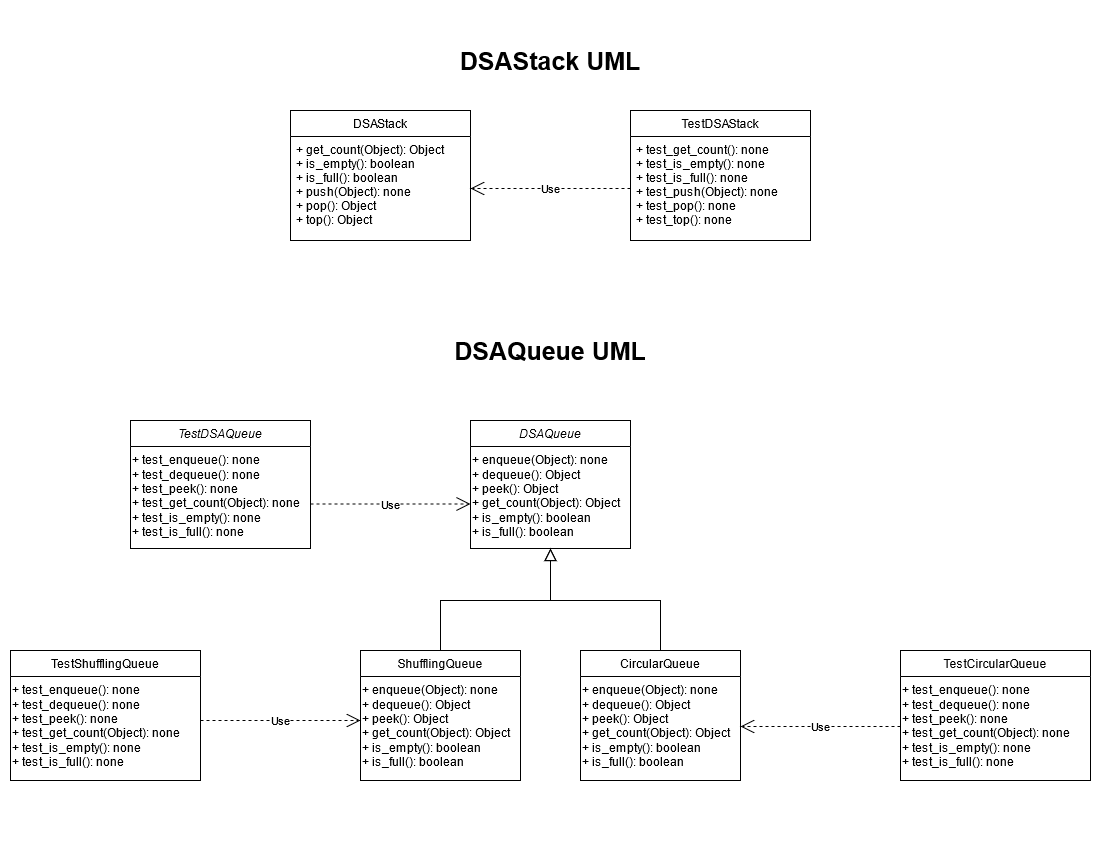
kaiyiyu/DSA1002 keeps this draw.io diagram as Practicals/P03/UML.png. Above is the earlier version. Source tidied: cells renumbered, new cells last; positions are measured from the earlier drawing's top-left corner, leaving out a move shared by most shapes. Source of this version:
```xml
<mxGraphModel>
  <root>
    <mxCell id="0" />
    <mxCell id="1" parent="0" />
    <mxCell id="2" value="DSAStack" style="swimlane;fontStyle=0;horizontal=1;startSize=26;fillColor=none;" parent="1" vertex="1">
      <mxGeometry x="280" y="60" width="180" height="130" as="geometry" />
    </mxCell>
    <mxCell id="3" value="+ get_count(Object): Object&#10;+ is_empty(): boolean&#10;+ is_full(): boolean&#10;+ push(Object): none&#10;+ pop(): Object&#10;+ top(): Object&#10;&#10;" style="text;strokeColor=none;fillColor=none;align=left;verticalAlign=top;spacingLeft=4;spacingRight=4;overflow=hidden;points=[[0,0.5],[1,0.5]];portConstraint=eastwest;" parent="2" vertex="1">
      <mxGeometry y="26" width="180" height="104" as="geometry" />
    </mxCell>
    <mxCell id="4" value="Use" style="endArrow=open;endSize=12;dashed=1;html=1;entryX=1;entryY=0.5;entryDx=0;entryDy=0;" parent="1" edge="1" target="3">
      <mxGeometry relative="1" as="geometry">
        <mxPoint x="620" y="138" as="sourcePoint" />
        <Array as="points">
          <mxPoint x="555" y="138" />
        </Array>
      </mxGeometry>
    </mxCell>
    <mxCell id="5" value="TestDSAStack" style="swimlane;fontStyle=0;horizontal=1;startSize=26;fillColor=none;" parent="1" vertex="1">
      <mxGeometry x="620" y="60" width="180" height="130" as="geometry" />
    </mxCell>
    <mxCell id="6" value="+ test_get_count(): none&#10;+ test_is_empty(): none&#10;+ test_is_full(): none&#10;+ test_push(Object): none&#10;+ test_pop(): none&#10;+ test_top(): none" style="text;strokeColor=none;fillColor=none;align=left;verticalAlign=top;spacingLeft=4;spacingRight=4;overflow=hidden;" parent="5" vertex="1">
      <mxGeometry y="26" width="180" height="104" as="geometry" />
    </mxCell>
    <mxCell id="7" value="&lt;font style=&quot;font-size: 25px&quot;&gt;&lt;b&gt;DSAStack UML&lt;/b&gt;&lt;/font&gt;" style="text;html=1;strokeColor=none;fillColor=none;align=center;verticalAlign=middle;whiteSpace=wrap;rounded=0;" parent="1" vertex="1">
      <mxGeometry x="390" width="300" height="20" as="geometry" />
    </mxCell>
    <mxCell id="8" value="&lt;font style=&quot;font-size: 25px&quot;&gt;&lt;b&gt;DSAQueue UML&lt;/b&gt;&lt;/font&gt;" style="text;html=1;strokeColor=none;fillColor=none;align=center;verticalAlign=middle;whiteSpace=wrap;rounded=0;" parent="1" vertex="1">
      <mxGeometry x="390" y="290" width="300" height="20" as="geometry" />
    </mxCell>
    <mxCell id="9" value="DSAQueue" style="swimlane;fontStyle=2;align=center;verticalAlign=top;horizontal=1;startSize=26;rounded=0;shadow=0;strokeWidth=1;" parent="1" vertex="1">
      <mxGeometry x="460" y="370" width="160" height="128" as="geometry" />
    </mxCell>
    <mxCell id="10" value="+ enqueue(Object): none&lt;br&gt;+ dequeue(): Object&lt;br&gt;+ peek(): Object&lt;br&gt;+ get_count(Object): Object&lt;br&gt;+ is_empty(): boolean&lt;br&gt;+ is_full(): boolean" style="text;whiteSpace=wrap;html=1;" parent="9" vertex="1">
      <mxGeometry y="26" width="160" height="60" as="geometry" />
    </mxCell>
    <mxCell id="11" value="ShufflingQueue" style="swimlane;fontStyle=0;align=center;verticalAlign=top;horizontal=1;startSize=26;rounded=0;shadow=0;strokeWidth=1;" parent="1" vertex="1">
      <mxGeometry x="350" y="600" width="160" height="130" as="geometry" />
    </mxCell>
    <mxCell id="12" value="+ enqueue(Object): none&lt;br&gt;+ dequeue(): Object&lt;br&gt;+ peek(): Object&lt;br&gt;+ get_count(Object): Object&lt;br&gt;+ is_empty(): boolean&lt;br&gt;+ is_full(): boolean" style="text;whiteSpace=wrap;html=1;" parent="11" vertex="1">
      <mxGeometry y="26" width="160" height="100" as="geometry" />
    </mxCell>
    <mxCell id="13" style="endArrow=block;endSize=10;endFill=0;shadow=0;strokeWidth=1;rounded=0;edgeStyle=elbowEdgeStyle;elbow=vertical;" parent="1" edge="1" source="11" target="9">
      <mxGeometry relative="1" as="geometry" />
    </mxCell>
    <mxCell id="14" style="endArrow=block;endSize=10;endFill=0;shadow=0;strokeWidth=1;rounded=0;edgeStyle=elbowEdgeStyle;elbow=vertical;" parent="1" edge="1" target="9">
      <mxGeometry relative="1" as="geometry">
        <mxPoint x="650" y="600" as="sourcePoint" />
      </mxGeometry>
    </mxCell>
    <mxCell id="15" value="CircularQueue" style="swimlane;fontStyle=0;align=center;verticalAlign=top;horizontal=1;startSize=26;rounded=0;shadow=0;strokeWidth=1;" parent="1" vertex="1">
      <mxGeometry x="570" y="600" width="160" height="130" as="geometry" />
    </mxCell>
    <mxCell id="16" value="+ enqueue(Object): none&lt;br&gt;+ dequeue(): Object&lt;br&gt;+ peek(): Object&lt;br&gt;+ get_count(Object): Object&lt;br&gt;+ is_empty(): boolean&lt;br&gt;+ is_full(): boolean" style="text;whiteSpace=wrap;html=1;" parent="15" vertex="1">
      <mxGeometry y="26" width="160" height="100" as="geometry" />
    </mxCell>
    <mxCell id="17" value="Use" style="endArrow=open;endSize=12;dashed=1;html=1;" parent="1" edge="1">
      <mxGeometry relative="1" as="geometry">
        <mxPoint x="190" y="670" as="sourcePoint" />
        <mxPoint x="350" y="670" as="targetPoint" />
        <Array as="points">
          <mxPoint x="270" y="670" />
        </Array>
      </mxGeometry>
    </mxCell>
    <mxCell id="18" value="TestCircularQueue" style="swimlane;fontStyle=0;align=center;verticalAlign=top;horizontal=1;startSize=26;rounded=0;shadow=0;strokeWidth=1;" parent="1" vertex="1">
      <mxGeometry x="890" y="600" width="190" height="130" as="geometry" />
    </mxCell>
    <mxCell id="19" value="+ test_enqueue(): none&lt;br&gt;+ test_dequeue(): none&lt;br&gt;+ test_peek(): none&lt;br&gt;+ test_get_count(Object): none&lt;br&gt;+ test_is_empty(): none&lt;br&gt;+ test_is_full(): none&lt;br&gt;" style="text;whiteSpace=wrap;html=1;" parent="18" vertex="1">
      <mxGeometry y="26" width="190" height="100" as="geometry" />
    </mxCell>
    <mxCell id="20" value="Use" style="endArrow=open;endSize=12;dashed=1;html=1;entryX=1;entryY=0.5;entryDx=0;entryDy=0;" parent="1" edge="1" source="19" target="16">
      <mxGeometry relative="1" as="geometry" />
    </mxCell>
    <mxCell id="21" value="TestShufflingQueue" style="swimlane;fontStyle=0;align=center;verticalAlign=top;horizontal=1;startSize=26;rounded=0;shadow=0;strokeWidth=1;" parent="1" vertex="1">
      <mxGeometry y="600" width="190" height="130" as="geometry" />
    </mxCell>
    <mxCell id="22" value="+ test_enqueue(): none&lt;br&gt;+ test_dequeue(): none&lt;br&gt;+ test_peek(): none&lt;br&gt;+ test_get_count(Object): none&lt;br&gt;+ test_is_empty(): none&lt;br&gt;+ test_is_full(): none&lt;br&gt;" style="text;whiteSpace=wrap;html=1;" parent="21" vertex="1">
      <mxGeometry y="26" width="190" height="100" as="geometry" />
    </mxCell>
    <mxCell id="23" value="Use" style="endArrow=open;endSize=12;dashed=1;html=1;" parent="1" edge="1">
      <mxGeometry relative="1" as="geometry">
        <mxPoint x="300" y="453.5" as="sourcePoint" />
        <mxPoint x="460" y="453.5" as="targetPoint" />
        <Array as="points">
          <mxPoint x="380" y="453.5" />
        </Array>
      </mxGeometry>
    </mxCell>
    <mxCell id="24" value="TestDSAQueue" style="swimlane;fontStyle=2;align=center;verticalAlign=top;horizontal=1;startSize=26;rounded=0;shadow=0;strokeWidth=1;" parent="1" vertex="1">
      <mxGeometry x="120" y="370" width="180" height="128" as="geometry" />
    </mxCell>
    <mxCell id="25" value="+ test_enqueue(): none&lt;br&gt;+ test_dequeue(): none&lt;br&gt;+ test_peek(): none&lt;br&gt;+ test_get_count(Object): none&lt;br&gt;+ test_is_empty(): none&lt;br&gt;+ test_is_full(): none" style="text;whiteSpace=wrap;html=1;" parent="24" vertex="1">
      <mxGeometry y="26" width="180" height="60" as="geometry" />
    </mxCell>
  </root>
</mxGraphModel>
```
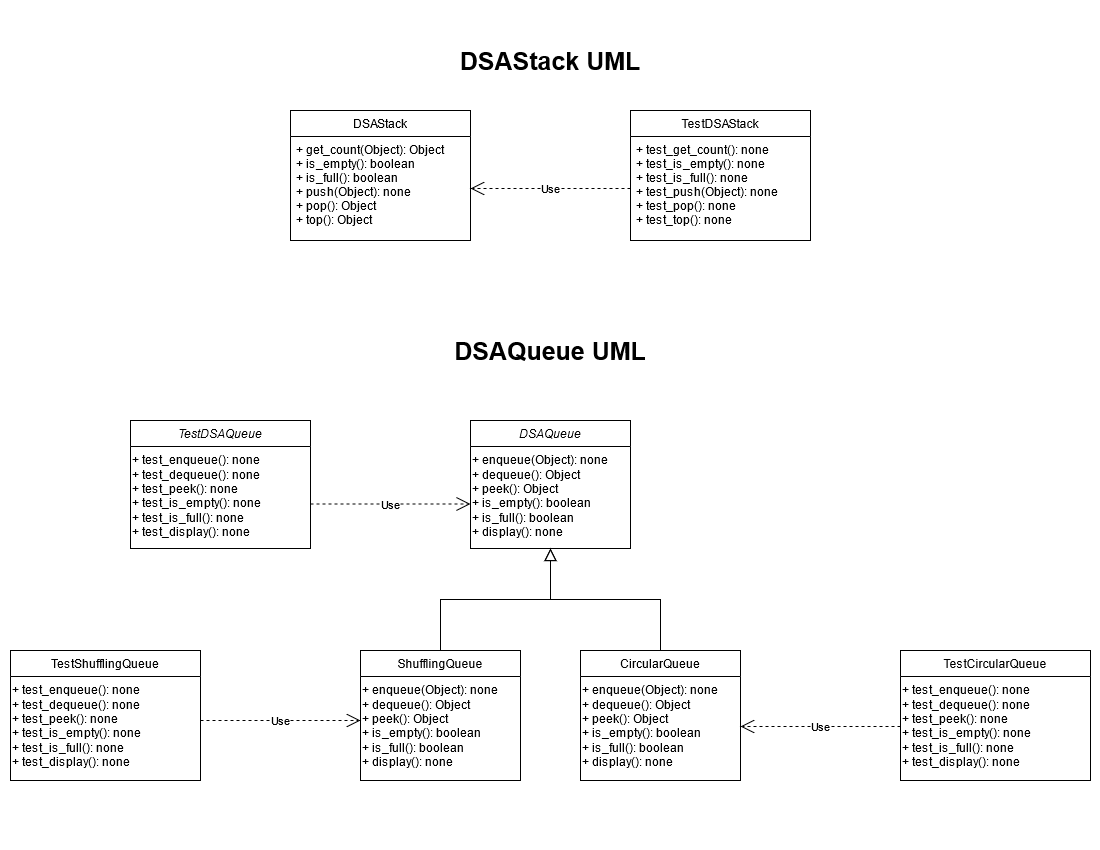
After the change.

Commit message:
modify UML and organization

The edit, as a diff of the source:
```diff
@@ -31,13 +31,13 @@
     <mxCell id="9" value="DSAQueue" style="swimlane;fontStyle=2;align=center;verticalAlign=top;horizontal=1;startSize=26;rounded=0;shadow=0;strokeWidth=1;" parent="1" vertex="1">
       <mxGeometry x="460" y="370" width="160" height="128" as="geometry" />
     </mxCell>
-    <mxCell id="10" value="+ enqueue(Object): none&lt;br&gt;+ dequeue(): Object&lt;br&gt;+ peek(): Object&lt;br&gt;+ get_count(Object): Object&lt;br&gt;+ is_empty(): boolean&lt;br&gt;+ is_full(): boolean" style="text;whiteSpace=wrap;html=1;" parent="9" vertex="1">
+    <mxCell id="10" value="+ enqueue(Object): none&lt;br&gt;+ dequeue(): Object&lt;br&gt;+ peek(): Object&lt;br&gt;+ is_empty(): boolean&lt;br&gt;&lt;div&gt;+ is_full(): boolean&lt;/div&gt;&lt;div&gt;+ display(): none&lt;br&gt;&lt;/div&gt;" style="text;whiteSpace=wrap;html=1;" parent="9" vertex="1">
       <mxGeometry y="26" width="160" height="60" as="geometry" />
     </mxCell>
     <mxCell id="11" value="ShufflingQueue" style="swimlane;fontStyle=0;align=center;verticalAlign=top;horizontal=1;startSize=26;rounded=0;shadow=0;strokeWidth=1;" parent="1" vertex="1">
       <mxGeometry x="350" y="600" width="160" height="130" as="geometry" />
     </mxCell>
-    <mxCell id="12" value="+ enqueue(Object): none&lt;br&gt;+ dequeue(): Object&lt;br&gt;+ peek(): Object&lt;br&gt;+ get_count(Object): Object&lt;br&gt;+ is_empty(): boolean&lt;br&gt;+ is_full(): boolean" style="text;whiteSpace=wrap;html=1;" parent="11" vertex="1">
+    <mxCell id="12" value="+ enqueue(Object): none&lt;br&gt;+ dequeue(): Object&lt;br&gt;+ peek(): Object&lt;br&gt;+ is_empty(): boolean&lt;br&gt;&lt;div&gt;+ is_full(): boolean&lt;/div&gt;&lt;div&gt;+ display(): none&lt;/div&gt;" style="text;whiteSpace=wrap;html=1;" parent="11" vertex="1">
       <mxGeometry y="26" width="160" height="100" as="geometry" />
     </mxCell>
     <mxCell id="13" style="endArrow=block;endSize=10;endFill=0;shadow=0;strokeWidth=1;rounded=0;edgeStyle=elbowEdgeStyle;elbow=vertical;" parent="1" edge="1" source="11" target="9">
@@ -51,7 +51,7 @@
     <mxCell id="15" value="CircularQueue" style="swimlane;fontStyle=0;align=center;verticalAlign=top;horizontal=1;startSize=26;rounded=0;shadow=0;strokeWidth=1;" parent="1" vertex="1">
       <mxGeometry x="570" y="600" width="160" height="130" as="geometry" />
     </mxCell>
-    <mxCell id="16" value="+ enqueue(Object): none&lt;br&gt;+ dequeue(): Object&lt;br&gt;+ peek(): Object&lt;br&gt;+ get_count(Object): Object&lt;br&gt;+ is_empty(): boolean&lt;br&gt;+ is_full(): boolean" style="text;whiteSpace=wrap;html=1;" parent="15" vertex="1">
+    <mxCell id="16" value="+ enqueue(Object): none&lt;br&gt;+ dequeue(): Object&lt;br&gt;+ peek(): Object&lt;br&gt;+ is_empty(): boolean&lt;br&gt;&lt;div&gt;+ is_full(): boolean&lt;/div&gt;&lt;div&gt;+ display(): none&lt;/div&gt;" style="text;whiteSpace=wrap;html=1;" parent="15" vertex="1">
       <mxGeometry y="26" width="160" height="100" as="geometry" />
     </mxCell>
     <mxCell id="17" value="Use" style="endArrow=open;endSize=12;dashed=1;html=1;" parent="1" edge="1">
@@ -66,7 +66,7 @@
     <mxCell id="18" value="TestCircularQueue" style="swimlane;fontStyle=0;align=center;verticalAlign=top;horizontal=1;startSize=26;rounded=0;shadow=0;strokeWidth=1;" parent="1" vertex="1">
       <mxGeometry x="890" y="600" width="190" height="130" as="geometry" />
     </mxCell>
-    <mxCell id="19" value="+ test_enqueue(): none&lt;br&gt;+ test_dequeue(): none&lt;br&gt;+ test_peek(): none&lt;br&gt;+ test_get_count(Object): none&lt;br&gt;+ test_is_empty(): none&lt;br&gt;+ test_is_full(): none&lt;br&gt;" style="text;whiteSpace=wrap;html=1;" parent="18" vertex="1">
+    <mxCell id="19" value="+ test_enqueue(): none&lt;br&gt;+ test_dequeue(): none&lt;br&gt;+ test_peek(): none&lt;br&gt;+ test_is_empty(): none&lt;br&gt;&lt;div&gt;+ test_is_full(): none&lt;/div&gt;&lt;div&gt;+ test_display(): none&lt;br&gt;&lt;/div&gt;" style="text;whiteSpace=wrap;html=1;" parent="18" vertex="1">
       <mxGeometry y="26" width="190" height="100" as="geometry" />
     </mxCell>
     <mxCell id="20" value="Use" style="endArrow=open;endSize=12;dashed=1;html=1;entryX=1;entryY=0.5;entryDx=0;entryDy=0;" parent="1" edge="1" source="19" target="16">
@@ -75,7 +75,7 @@
     <mxCell id="21" value="TestShufflingQueue" style="swimlane;fontStyle=0;align=center;verticalAlign=top;horizontal=1;startSize=26;rounded=0;shadow=0;strokeWidth=1;" parent="1" vertex="1">
       <mxGeometry y="600" width="190" height="130" as="geometry" />
     </mxCell>
-    <mxCell id="22" value="+ test_enqueue(): none&lt;br&gt;+ test_dequeue(): none&lt;br&gt;+ test_peek(): none&lt;br&gt;+ test_get_count(Object): none&lt;br&gt;+ test_is_empty(): none&lt;br&gt;+ test_is_full(): none&lt;br&gt;" style="text;whiteSpace=wrap;html=1;" parent="21" vertex="1">
+    <mxCell id="22" value="+ test_enqueue(): none&lt;br&gt;+ test_dequeue(): none&lt;br&gt;+ test_peek(): none&lt;br&gt;+ test_is_empty(): none&lt;br&gt;&lt;div&gt;+ test_is_full(): none&lt;/div&gt;&lt;div&gt;+ test_display(): none&lt;br&gt;&lt;/div&gt;" style="text;whiteSpace=wrap;html=1;" parent="21" vertex="1">
       <mxGeometry y="26" width="190" height="100" as="geometry" />
     </mxCell>
     <mxCell id="23" value="Use" style="endArrow=open;endSize=12;dashed=1;html=1;" parent="1" edge="1">
@@ -90,7 +90,7 @@
     <mxCell id="24" value="TestDSAQueue" style="swimlane;fontStyle=2;align=center;verticalAlign=top;horizontal=1;startSize=26;rounded=0;shadow=0;strokeWidth=1;" parent="1" vertex="1">
       <mxGeometry x="120" y="370" width="180" height="128" as="geometry" />
     </mxCell>
-    <mxCell id="25" value="+ test_enqueue(): none&lt;br&gt;+ test_dequeue(): none&lt;br&gt;+ test_peek(): none&lt;br&gt;+ test_get_count(Object): none&lt;br&gt;+ test_is_empty(): none&lt;br&gt;+ test_is_full(): none" style="text;whiteSpace=wrap;html=1;" parent="24" vertex="1">
+    <mxCell id="25" value="+ test_enqueue(): none&lt;br&gt;+ test_dequeue(): none&lt;br&gt;+ test_peek(): none&lt;br&gt;+ test_is_empty(): none&lt;br&gt;&lt;div&gt;+ test_is_full(): none&lt;/div&gt;&lt;div&gt;+ test_display(): none&lt;br&gt;&lt;/div&gt;" style="text;whiteSpace=wrap;html=1;" parent="24" vertex="1">
       <mxGeometry y="26" width="180" height="60" as="geometry" />
     </mxCell>
   </root>
```
